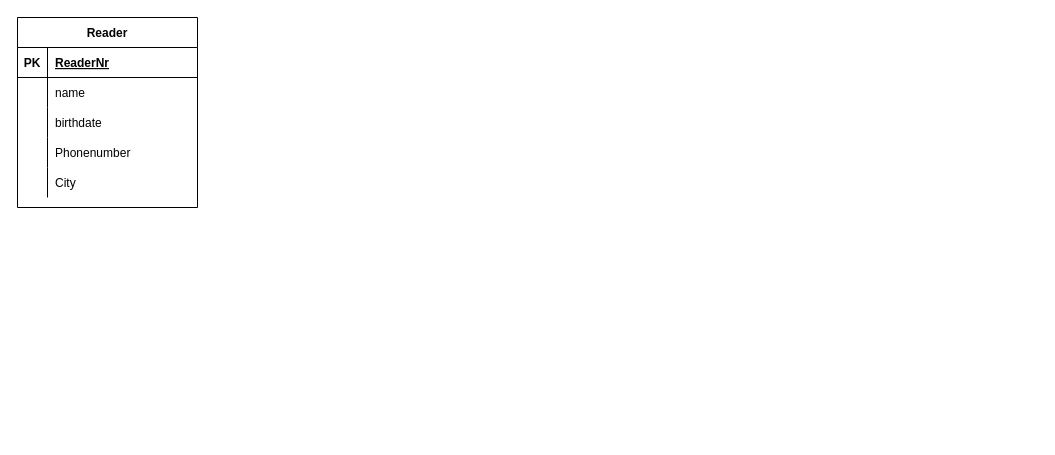
Earlier version of the draw.io diagram folder/The First Assignment.drawio (Elshan777/draw.io-diagrams). Source tidied: cells renumbered, new cells numbered last; positions are measured from the earlier drawing's top-left corner, leaving out a move shared by most shapes. Both pictures are drawn from the tidied source at 100%, with x=0, y=0 at pixel (17, 17).
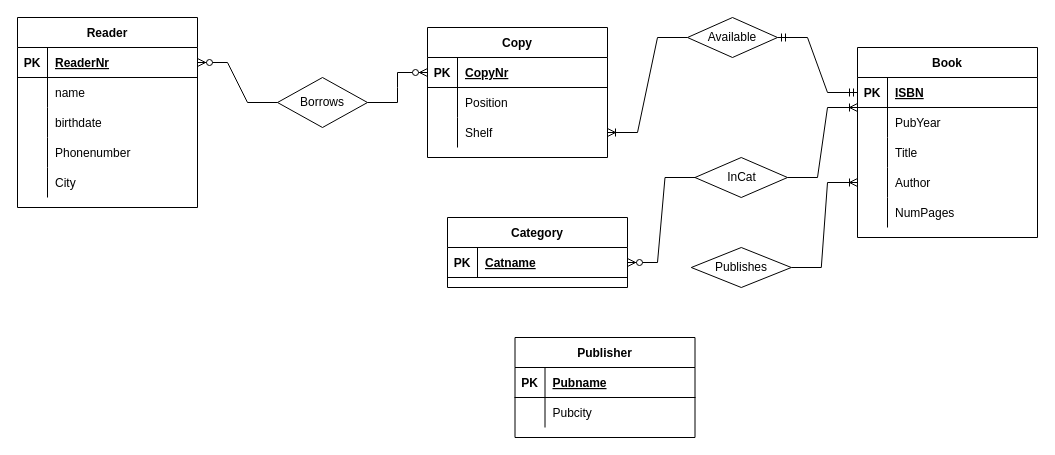
After the change.

Unchanged cells that the change refers to:
```xml
<mxCell id="3" style="shape=tableRow;horizontal=0;startSize=0;swimlaneHead=0;swimlaneBody=0;fillColor=none;points=[[0,0.5],[1,0.5]];portConstraint=eastwest;top=0;left=0;right=0;bottom=1;" parent="2" vertex="1">
  <mxGeometry y="30" width="180" height="30" as="geometry" />
</mxCell>
```

The edit, as a diff of the source:
```diff
@@
+    <mxCell id="18" value="Copy" style="shape=table;startSize=30;childLayout=tableLayout;rowLines=0;fontStyle=1;align=center;" parent="1" vertex="1">
+      <mxGeometry x="410" y="10" width="180" height="130" as="geometry" />
+    </mxCell>
+    <mxCell id="19" style="shape=tableRow;horizontal=0;startSize=0;swimlaneHead=0;swimlaneBody=0;fillColor=none;points=[[0,0.5],[1,0.5]];portConstraint=eastwest;top=0;left=0;right=0;bottom=1;" parent="18" vertex="1">
+      <mxGeometry y="30" width="180" height="30" as="geometry" />
+    </mxCell>
+    <mxCell id="20" value="PK" style="shape=partialRectangle;fillColor=none;top=0;left=0;bottom=0;right=0;fontStyle=1;overflow=hidden;" parent="19" vertex="1">
+      <mxGeometry width="30" height="30" as="geometry" />
+    </mxCell>
+    <mxCell id="21" value="CopyNr" style="shape=partialRectangle;fillColor=none;top=0;left=0;bottom=0;right=0;align=left;spacingLeft=6;fontStyle=5;overflow=hidden;" parent="19" vertex="1">
+      <mxGeometry x="30" width="150" height="30" as="geometry" />
+    </mxCell>
+    <mxCell id="22" style="shape=tableRow;horizontal=0;startSize=0;swimlaneHead=0;swimlaneBody=0;fillColor=none;top=0;left=0;right=0;bottom=0;" parent="18" vertex="1">
+      <mxGeometry y="60" width="180" height="30" as="geometry" />
+    </mxCell>
+    <mxCell id="23" style="shape=partialRectangle;fillColor=none;top=0;left=0;bottom=0;right=0;overflow=hidden;" parent="22" vertex="1">
+      <mxGeometry width="30" height="30" as="geometry" />
+    </mxCell>
+    <mxCell id="24" value="Position" style="shape=partialRectangle;fillColor=none;top=0;left=0;bottom=0;right=0;align=left;spacingLeft=6;overflow=hidden;" parent="22" vertex="1">
+      <mxGeometry x="30" width="150" height="30" as="geometry" />
+    </mxCell>
+    <mxCell id="25" style="shape=tableRow;horizontal=0;startSize=0;swimlaneHead=0;swimlaneBody=0;fillColor=none;points=[[0,0.5],[1,0.5]];portConstraint=eastwest;top=0;left=0;right=0;bottom=0;" parent="18" vertex="1">
+      <mxGeometry y="90" width="180" height="30" as="geometry" />
+    </mxCell>
+    <mxCell id="26" style="shape=partialRectangle;fillColor=none;top=0;left=0;bottom=0;right=0;overflow=hidden;" parent="25" vertex="1">
+      <mxGeometry width="30" height="30" as="geometry" />
+    </mxCell>
+    <mxCell id="27" value="Shelf" style="shape=partialRectangle;fillColor=none;top=0;left=0;bottom=0;right=0;align=left;spacingLeft=6;overflow=hidden;" parent="25" vertex="1">
+      <mxGeometry x="30" width="150" height="30" as="geometry" />
+    </mxCell>
+    <mxCell id="28" value="Book" style="shape=table;startSize=30;childLayout=tableLayout;rowLines=0;fontStyle=1;align=center;" parent="1" vertex="1">
+      <mxGeometry x="840" y="30" width="180" height="190" as="geometry" />
+    </mxCell>
+    <mxCell id="29" style="shape=tableRow;horizontal=0;startSize=0;swimlaneHead=0;swimlaneBody=0;fillColor=none;points=[[0,0.5],[1,0.5]];portConstraint=eastwest;top=0;left=0;right=0;bottom=1;" parent="28" vertex="1">
+      <mxGeometry y="30" width="180" height="30" as="geometry" />
+    </mxCell>
+    <mxCell id="30" value="PK" style="shape=partialRectangle;fillColor=none;top=0;left=0;bottom=0;right=0;fontStyle=1;overflow=hidden;" parent="29" vertex="1">
+      <mxGeometry width="30" height="30" as="geometry" />
+    </mxCell>
+    <mxCell id="31" value="ISBN" style="shape=partialRectangle;fillColor=none;top=0;left=0;bottom=0;right=0;align=left;spacingLeft=6;fontStyle=5;overflow=hidden;" parent="29" vertex="1">
+      <mxGeometry x="30" width="150" height="30" as="geometry" />
+    </mxCell>
+    <mxCell id="32" style="shape=tableRow;horizontal=0;startSize=0;swimlaneHead=0;swimlaneBody=0;fillColor=none;points=[[0,0.5],[1,0.5]];portConstraint=eastwest;top=0;left=0;right=0;bottom=0;" parent="28" vertex="1">
+      <mxGeometry y="60" width="180" height="30" as="geometry" />
+    </mxCell>
+    <mxCell id="33" style="shape=partialRectangle;fillColor=none;top=0;left=0;bottom=0;right=0;overflow=hidden;" parent="32" vertex="1">
+      <mxGeometry width="30" height="30" as="geometry" />
+    </mxCell>
+    <mxCell id="34" value="PubYear" style="shape=partialRectangle;fillColor=none;top=0;left=0;bottom=0;right=0;align=left;spacingLeft=6;overflow=hidden;" parent="32" vertex="1">
+      <mxGeometry x="30" width="150" height="30" as="geometry" />
+    </mxCell>
+    <mxCell id="35" style="shape=tableRow;horizontal=0;startSize=0;swimlaneHead=0;swimlaneBody=0;fillColor=none;top=0;left=0;right=0;bottom=0;" parent="28" vertex="1">
+      <mxGeometry y="90" width="180" height="30" as="geometry" />
+    </mxCell>
+    <mxCell id="36" style="shape=partialRectangle;fillColor=none;top=0;left=0;bottom=0;right=0;overflow=hidden;" parent="35" vertex="1">
+      <mxGeometry width="30" height="30" as="geometry" />
+    </mxCell>
+    <mxCell id="37" value="Title" style="shape=partialRectangle;fillColor=none;top=0;left=0;bottom=0;right=0;align=left;spacingLeft=6;overflow=hidden;" parent="35" vertex="1">
+      <mxGeometry x="30" width="150" height="30" as="geometry" />
+    </mxCell>
+    <mxCell id="38" style="shape=tableRow;horizontal=0;startSize=0;swimlaneHead=0;swimlaneBody=0;fillColor=none;points=[[0,0.5],[1,0.5]];portConstraint=eastwest;top=0;left=0;right=0;bottom=0;" parent="28" vertex="1">
+      <mxGeometry y="120" width="180" height="30" as="geometry" />
+    </mxCell>
+    <mxCell id="39" style="shape=partialRectangle;fillColor=none;top=0;left=0;bottom=0;right=0;overflow=hidden;" parent="38" vertex="1">
+      <mxGeometry width="30" height="30" as="geometry" />
+    </mxCell>
+    <mxCell id="40" value="Author" style="shape=partialRectangle;fillColor=none;top=0;left=0;bottom=0;right=0;align=left;spacingLeft=6;overflow=hidden;" parent="38" vertex="1">
+      <mxGeometry x="30" width="150" height="30" as="geometry" />
+    </mxCell>
+    <mxCell id="41" style="shape=tableRow;horizontal=0;startSize=0;swimlaneHead=0;swimlaneBody=0;fillColor=none;top=0;left=0;right=0;bottom=0;" parent="28" vertex="1">
+      <mxGeometry y="150" width="180" height="30" as="geometry" />
+    </mxCell>
+    <mxCell id="42" style="shape=partialRectangle;fillColor=none;top=0;left=0;bottom=0;right=0;overflow=hidden;" parent="41" vertex="1">
+      <mxGeometry width="30" height="30" as="geometry" />
+    </mxCell>
+    <mxCell id="43" value="NumPages" style="shape=partialRectangle;fillColor=none;top=0;left=0;bottom=0;right=0;align=left;spacingLeft=6;overflow=hidden;" parent="41" vertex="1">
+      <mxGeometry x="30" width="150" height="30" as="geometry" />
+    </mxCell>
+    <mxCell id="44" value="Category" style="shape=table;startSize=30;childLayout=tableLayout;rowLines=0;fontStyle=1;align=center;" parent="1" vertex="1">
+      <mxGeometry x="430" y="200" width="180" height="70" as="geometry" />
+    </mxCell>
+    <mxCell id="45" style="shape=tableRow;horizontal=0;startSize=0;swimlaneHead=0;swimlaneBody=0;fillColor=none;points=[[0,0.5],[1,0.5]];portConstraint=eastwest;top=0;left=0;right=0;bottom=1;" parent="44" vertex="1">
+      <mxGeometry y="30" width="180" height="30" as="geometry" />
+    </mxCell>
+    <mxCell id="46" value="PK" style="shape=partialRectangle;fillColor=none;top=0;left=0;bottom=0;right=0;fontStyle=1;overflow=hidden;" parent="45" vertex="1">
+      <mxGeometry width="30" height="30" as="geometry" />
+    </mxCell>
+    <mxCell id="47" value="Catname" style="shape=partialRectangle;fillColor=none;top=0;left=0;bottom=0;right=0;align=left;spacingLeft=6;fontStyle=5;overflow=hidden;" parent="45" vertex="1">
+      <mxGeometry x="30" width="150" height="30" as="geometry" />
+    </mxCell>
+    <mxCell id="48" value="Publisher" style="shape=table;startSize=30;childLayout=tableLayout;rowLines=0;fontStyle=1;align=center;" parent="1" vertex="1">
+      <mxGeometry x="497.5" y="320" width="180" height="100" as="geometry" />
+    </mxCell>
+    <mxCell id="49" style="shape=tableRow;horizontal=0;startSize=0;swimlaneHead=0;swimlaneBody=0;fillColor=none;top=0;left=0;right=0;bottom=1;" parent="48" vertex="1">
+      <mxGeometry y="30" width="180" height="30" as="geometry" />
+    </mxCell>
+    <mxCell id="50" value="PK" style="shape=partialRectangle;fillColor=none;top=0;left=0;bottom=0;right=0;fontStyle=1;overflow=hidden;" parent="49" vertex="1">
+      <mxGeometry width="30" height="30" as="geometry" />
+    </mxCell>
+    <mxCell id="51" value="Pubname" style="shape=partialRectangle;fillColor=none;top=0;left=0;bottom=0;right=0;align=left;spacingLeft=6;fontStyle=5;overflow=hidden;" parent="49" vertex="1">
+      <mxGeometry x="30" width="150" height="30" as="geometry" />
+    </mxCell>
+    <mxCell id="52" style="shape=tableRow;horizontal=0;startSize=0;swimlaneHead=0;swimlaneBody=0;fillColor=none;top=0;left=0;right=0;bottom=0;" parent="48" vertex="1">
+      <mxGeometry y="60" width="180" height="30" as="geometry" />
+    </mxCell>
+    <mxCell id="53" style="shape=partialRectangle;fillColor=none;top=0;left=0;bottom=0;right=0;overflow=hidden;" parent="52" vertex="1">
+      <mxGeometry width="30" height="30" as="geometry" />
+    </mxCell>
+    <mxCell id="54" value="Pubcity" style="shape=partialRectangle;fillColor=none;top=0;left=0;bottom=0;right=0;align=left;spacingLeft=6;overflow=hidden;" parent="52" vertex="1">
+      <mxGeometry x="30" width="150" height="30" as="geometry" />
+    </mxCell>
+    <mxCell id="55" value="Borrows" style="shape=rhombus;perimeter=rhombusPerimeter;whiteSpace=wrap;html=1;align=center;" parent="1" vertex="1">
+      <mxGeometry x="260" y="60" width="90" height="50" as="geometry" />
+    </mxCell>
+    <mxCell id="56" style="edgeStyle=entityRelationEdgeStyle;fontSize=12;html=1;endArrow=ERzeroToMany;endFill=1;rounded=0;exitX=0;exitY=0.5;exitDx=0;exitDy=0;entryX=1;entryY=0.5;entryDx=0;entryDy=0;" parent="1" edge="1" source="55" target="3">
+      <mxGeometry relative="1" as="geometry" />
+    </mxCell>
+    <mxCell id="57" style="edgeStyle=entityRelationEdgeStyle;fontSize=12;html=1;endArrow=ERzeroToMany;endFill=1;rounded=0;exitX=1;exitY=0.5;exitDx=0;exitDy=0;entryX=0;entryY=0.5;entryDx=0;entryDy=0;" parent="1" edge="1" source="55" target="19">
+      <mxGeometry relative="1" as="geometry" />
+    </mxCell>
+    <mxCell id="58" value="Available" style="shape=rhombus;perimeter=rhombusPerimeter;whiteSpace=wrap;html=1;align=center;" parent="1" vertex="1">
+      <mxGeometry x="670" width="90" height="40" as="geometry" />
+    </mxCell>
+    <mxCell id="59" style="edgeStyle=entityRelationEdgeStyle;fontSize=12;html=1;endArrow=ERoneToMany;rounded=0;entryX=1;entryY=0.5;entryDx=0;entryDy=0;exitX=0;exitY=0.5;exitDx=0;exitDy=0;" parent="1" edge="1" source="58" target="25">
+      <mxGeometry relative="1" as="geometry" />
+    </mxCell>
+    <mxCell id="60" style="edgeStyle=entityRelationEdgeStyle;fontSize=12;html=1;endArrow=ERmandOne;startArrow=ERmandOne;rounded=0;exitX=1;exitY=0.5;exitDx=0;exitDy=0;" parent="1" edge="1" source="58" target="29">
+      <mxGeometry relative="1" as="geometry" />
+    </mxCell>
+    <mxCell id="61" value="InCat" style="shape=rhombus;perimeter=rhombusPerimeter;whiteSpace=wrap;html=1;align=center;" parent="1" vertex="1">
+      <mxGeometry x="677.5" y="140" width="92.5" height="40" as="geometry" />
+    </mxCell>
+    <mxCell id="62" style="edgeStyle=entityRelationEdgeStyle;fontSize=12;html=1;endArrow=ERoneToMany;rounded=0;entryX=0;entryY=0;entryDx=0;entryDy=0;entryPerimeter=0;exitX=1;exitY=0.5;exitDx=0;exitDy=0;" parent="1" edge="1" source="61" target="32">
+      <mxGeometry relative="1" as="geometry" />
+    </mxCell>
+    <mxCell id="63" style="edgeStyle=entityRelationEdgeStyle;fontSize=12;html=1;endArrow=ERzeroToMany;endFill=1;rounded=0;entryX=1;entryY=0.5;entryDx=0;entryDy=0;exitX=0;exitY=0.5;exitDx=0;exitDy=0;" parent="1" edge="1" source="61" target="45">
+      <mxGeometry relative="1" as="geometry" />
+    </mxCell>
+    <mxCell id="64" value="Publishes" style="shape=rhombus;perimeter=rhombusPerimeter;whiteSpace=wrap;html=1;align=center;" parent="1" vertex="1">
+      <mxGeometry x="673.8" y="230" width="100" height="40" as="geometry" />
+    </mxCell>
+    <mxCell id="65" style="edgeStyle=entityRelationEdgeStyle;fontSize=12;html=1;endArrow=ERoneToMany;rounded=0;exitX=1;exitY=0.5;exitDx=0;exitDy=0;entryX=0;entryY=0.5;entryDx=0;entryDy=0;" parent="1" edge="1" source="64" target="38">
+      <mxGeometry relative="1" as="geometry" />
+    </mxCell>
```
